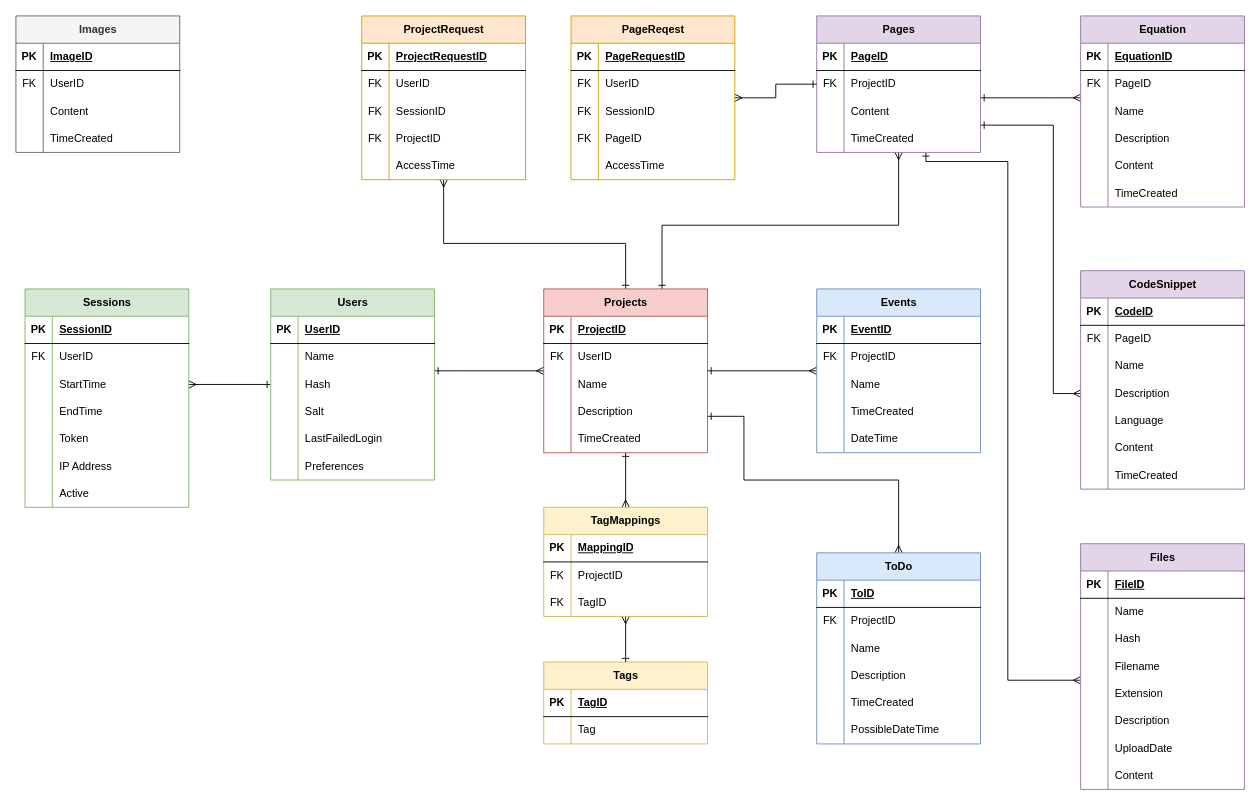
The draw.io diagram assets/ERD.drawio in Maple-Lazuli/one-place-v3, before the edit. Source tidied: cells renumbered, new cells numbered last; positions are measured from the earlier drawing's top-left corner, leaving out a move shared by most shapes. Both pictures are drawn from the tidied source at 91%, with x=0, y=0 at pixel (15, 15).
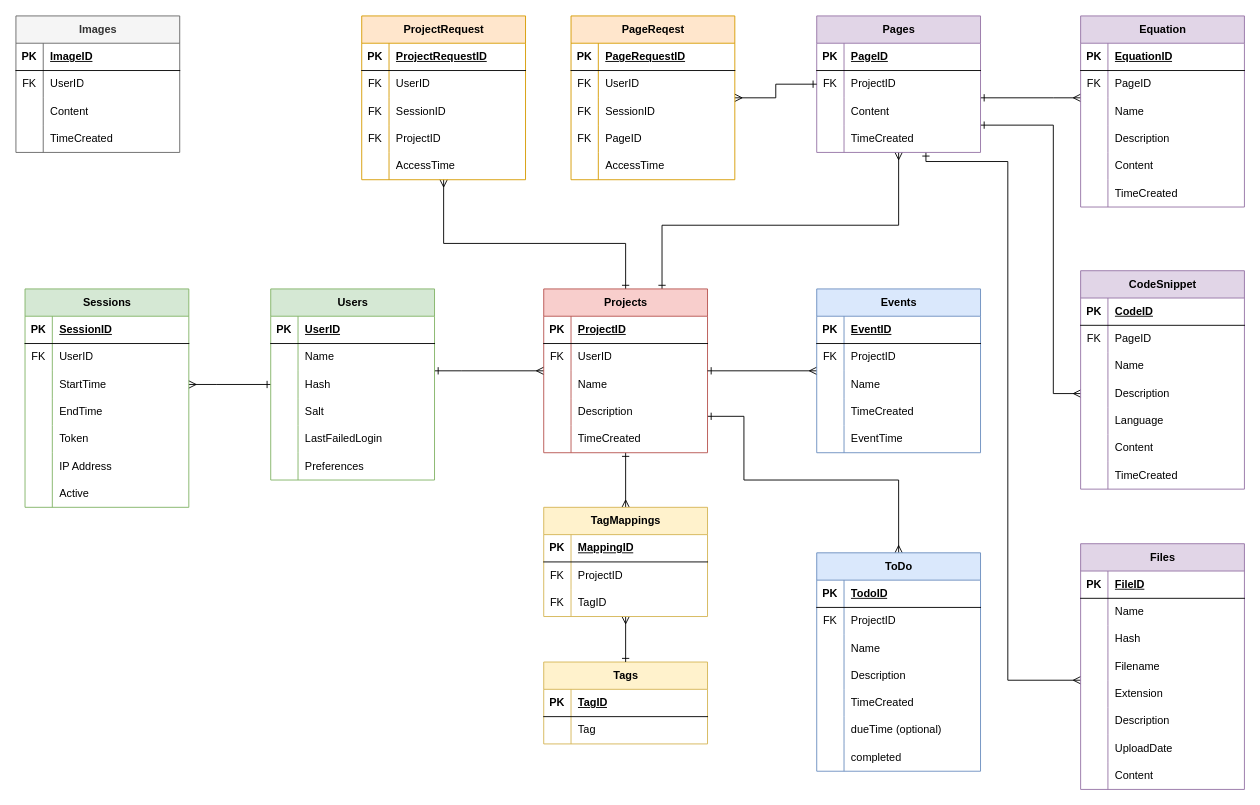
The same diagram, later.

Commit message (it also covers changes not shown here):
further updated the erd and sql init file

Unchanged cells that the change refers to:
```xml
<mxCell id="192" style="shape=tableRow;horizontal=0;startSize=0;swimlaneHead=0;swimlaneBody=0;fillColor=none;top=0;left=0;right=0;bottom=0;" parent="179" vertex="1">
  <mxGeometry y="150" width="180" height="30" as="geometry" />
</mxCell>
<mxCell id="196" style="shape=tableRow;horizontal=0;startSize=0;swimlaneHead=0;swimlaneBody=0;fillColor=none;top=0;left=0;right=0;bottom=1;" parent="195" vertex="1">
  <mxGeometry y="30" width="180" height="30" as="geometry" />
</mxCell>
<mxCell id="211" style="shape=tableRow;horizontal=0;startSize=0;swimlaneHead=0;swimlaneBody=0;fillColor=none;top=0;left=0;right=0;bottom=0;" parent="195" vertex="1">
  <mxGeometry y="180" width="180" height="30" as="geometry" />
</mxCell>
```

Diff of the diagram source:
```diff
@@
-    <mxCell id="194" value="DateTime" style="shape=partialRectangle;fillColor=none;top=0;left=0;bottom=0;right=0;align=left;spacingLeft=6;overflow=hidden;whiteSpace=wrap;html=1;" parent="192" vertex="1">
+    <mxCell id="194" value="EventTime" style="shape=partialRectangle;fillColor=none;top=0;left=0;bottom=0;right=0;align=left;spacingLeft=6;overflow=hidden;whiteSpace=wrap;html=1;" parent="192" vertex="1">
       <mxGeometry x="30" width="150" height="30" as="geometry" />
     </mxCell>
     <mxCell id="195" value="ToDo" style="shape=table;startSize=30;childLayout=tableLayout;rowLines=0;fontStyle=1;align=center;html=1;fillColor=#dae8fc;strokeColor=#6c8ebf;" parent="1" vertex="1">
-      <mxGeometry x="880" y="590" width="180" height="210" as="geometry" />
+      <mxGeometry x="880" y="590" width="180" height="240" as="geometry" />
     </mxCell>
@@
-    <mxCell id="198" value="ToID" style="shape=partialRectangle;fillColor=none;top=0;left=0;bottom=0;right=0;align=left;spacingLeft=6;fontStyle=5;overflow=hidden;whiteSpace=wrap;html=1;" parent="196" vertex="1">
+    <mxCell id="198" value="TodoID" style="shape=partialRectangle;fillColor=none;top=0;left=0;bottom=0;right=0;align=left;spacingLeft=6;fontStyle=5;overflow=hidden;whiteSpace=wrap;html=1;" parent="196" vertex="1">
       <mxGeometry x="30" width="150" height="30" as="geometry" />
     </mxCell>
@@
-    <mxCell id="213" value="PossibleDateTime" style="shape=partialRectangle;fillColor=none;top=0;left=0;bottom=0;right=0;align=left;spacingLeft=6;overflow=hidden;whiteSpace=wrap;html=1;" parent="211" vertex="1">
+    <mxCell id="213" value="dueTime (optional)" style="shape=partialRectangle;fillColor=none;top=0;left=0;bottom=0;right=0;align=left;spacingLeft=6;overflow=hidden;whiteSpace=wrap;html=1;" parent="211" vertex="1">
       <mxGeometry x="30" width="150" height="30" as="geometry" />
     </mxCell>
+    <mxCell id="247" style="shape=tableRow;horizontal=0;startSize=0;swimlaneHead=0;swimlaneBody=0;fillColor=none;top=0;left=0;right=0;bottom=0;" parent="195" vertex="1">
+      <mxGeometry y="210" width="180" height="30" as="geometry" />
+    </mxCell>
+    <mxCell id="248" style="shape=partialRectangle;fillColor=none;top=0;left=0;bottom=0;right=0;overflow=hidden;whiteSpace=wrap;html=1;" parent="247" vertex="1">
+      <mxGeometry width="30" height="30" as="geometry" />
+    </mxCell>
+    <mxCell id="249" value="completed" style="shape=partialRectangle;fillColor=none;top=0;left=0;bottom=0;right=0;align=left;spacingLeft=6;overflow=hidden;whiteSpace=wrap;html=1;" parent="247" vertex="1">
+      <mxGeometry x="30" width="150" height="30" as="geometry" />
+    </mxCell>
```
